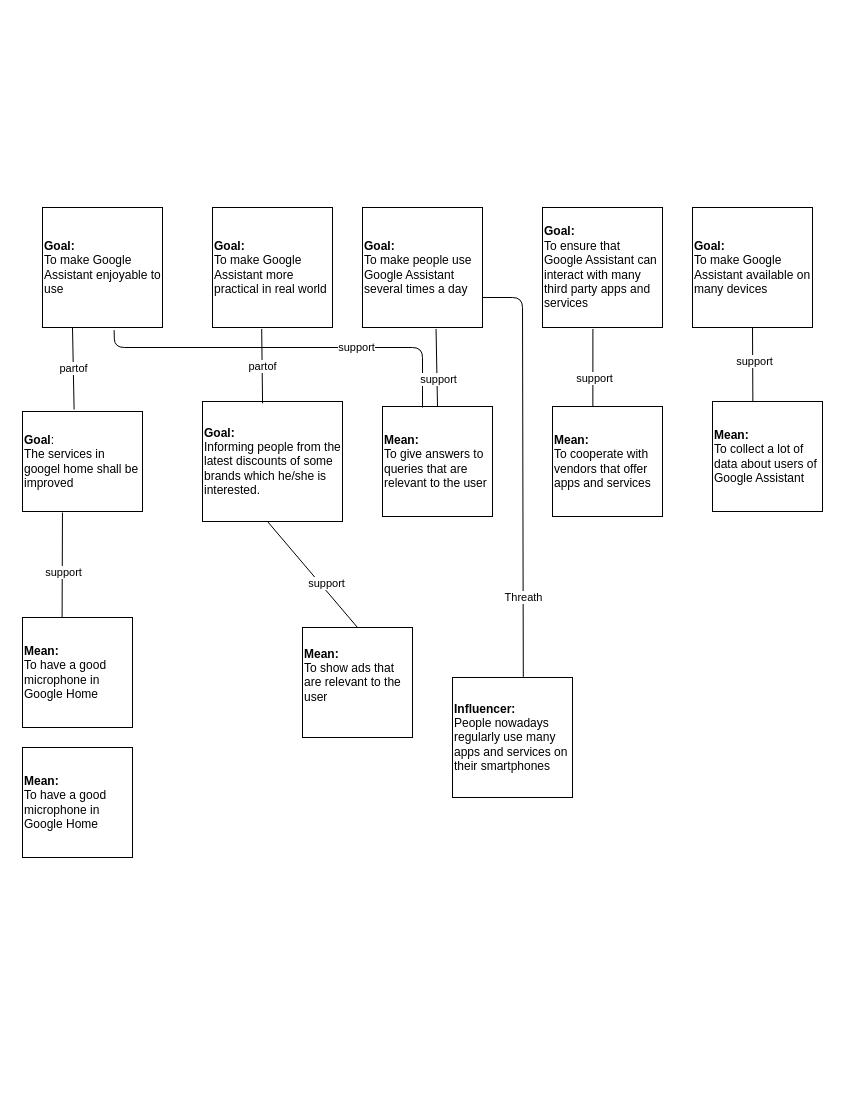
Earlier version of the draw.io diagram Untitled Diagram.drawio (fatemilg/ERP). Source tidied: cells renumbered, new cells numbered last; positions are measured from the earlier drawing's top-left corner, leaving out a move shared by most shapes. Both pictures are drawn from the tidied source at 100%, with x=0, y=0 at pixel (22, 207).
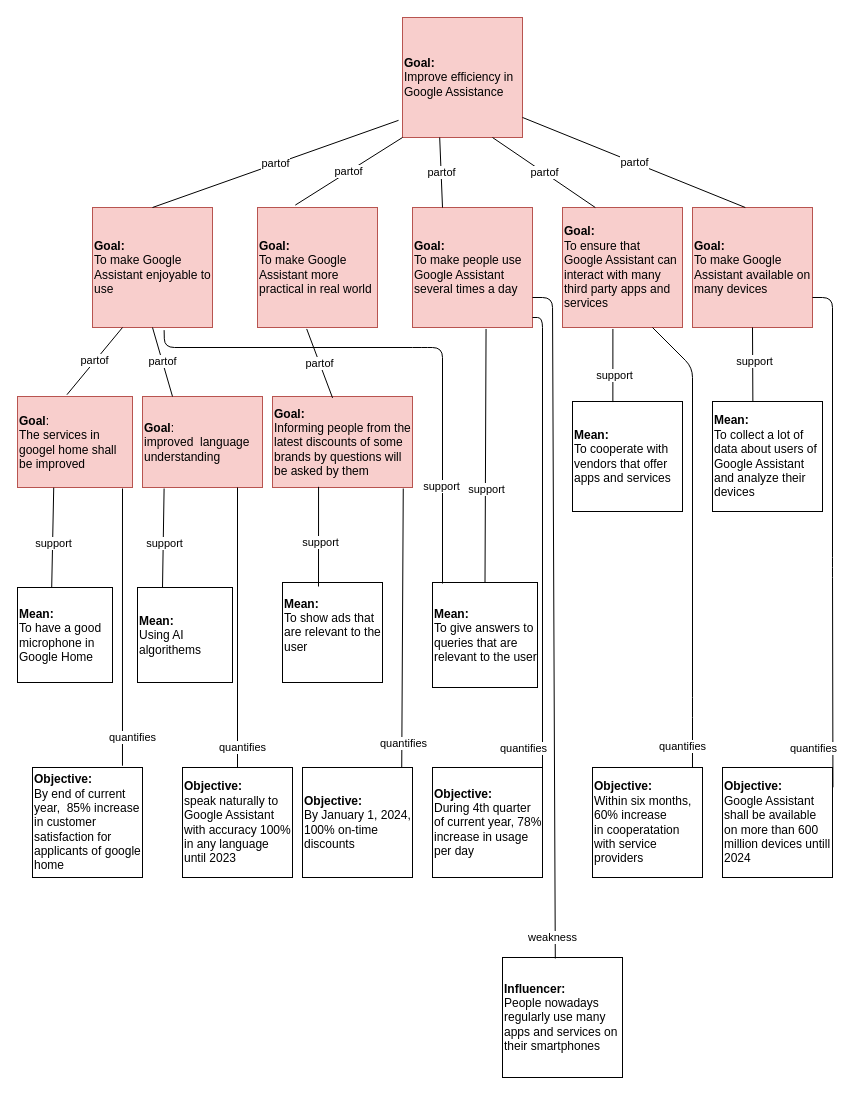
The same diagram, later.

The edit, as a diff of the source:
```diff
@@
-    <mxCell id="2" value="&lt;b&gt;Goal:&lt;/b&gt;&lt;br&gt;&lt;div&gt;Informing people from the latest discounts of some brands which he/she is interested.&lt;br&gt;&lt;/div&gt;" style="rounded=0;whiteSpace=wrap;html=1;align=left;" parent="1" vertex="1">
-      <mxGeometry x="180" y="194" width="140" height="120" as="geometry" />
+    <mxCell id="2" value="&lt;b&gt;Goal:&lt;/b&gt;&lt;br&gt;&lt;div&gt;Informing people from the latest discounts of some brands by questions will be asked by them&lt;br&gt;&lt;/div&gt;" style="rounded=0;whiteSpace=wrap;html=1;align=left;fillColor=#f8cecc;strokeColor=#b85450;" parent="1" vertex="1">
+      <mxGeometry x="250" y="189" width="140" height="91" as="geometry" />
     </mxCell>
     <mxCell id="3" value="&lt;b&gt;Mean:&lt;/b&gt;&lt;br&gt;&lt;div&gt;To show ads that are relevant to the user&lt;/div&gt;&lt;div&gt;&lt;br&gt;&lt;/div&gt;" style="whiteSpace=wrap;html=1;align=left;" parent="1" vertex="1">
-      <mxGeometry x="280" y="420" width="110" height="110" as="geometry" />
+      <mxGeometry x="260" y="375" width="100" height="100" as="geometry" />
     </mxCell>
-    <mxCell id="4" value="&lt;b&gt;Goal:&lt;/b&gt;&lt;br&gt;&lt;div&gt;To make people use Google Assistant several times a day&lt;br&gt;&lt;/div&gt;" style="whiteSpace=wrap;html=1;align=left;" parent="1" vertex="1">
-      <mxGeometry x="340" width="120" height="120" as="geometry" />
+    <mxCell id="4" value="&lt;b&gt;Goal:&lt;/b&gt;&lt;br&gt;&lt;div&gt;To make people use Google Assistant several times a day&lt;br&gt;&lt;/div&gt;" style="whiteSpace=wrap;html=1;align=left;fillColor=#f8cecc;strokeColor=#b85450;" parent="1" vertex="1">
+      <mxGeometry x="390" width="120" height="120" as="geometry" />
     </mxCell>
-    <mxCell id="5" value="&lt;b&gt;Goal:&lt;/b&gt;&lt;br&gt;To make Google Assistant available on many devices" style="whiteSpace=wrap;html=1;align=left;" parent="1" vertex="1">
+    <mxCell id="5" value="&lt;b&gt;Goal:&lt;/b&gt;&lt;br&gt;To make Google Assistant available on many devices" style="whiteSpace=wrap;html=1;align=left;fillColor=#f8cecc;strokeColor=#b85450;" parent="1" vertex="1">
       <mxGeometry x="670" width="120" height="120" as="geometry" />
     </mxCell>
-    <mxCell id="6" value="&lt;b&gt;Goal:&lt;/b&gt;&lt;br&gt;&lt;div&gt;To make Google Assistant enjoyable to use&lt;br&gt;&lt;/div&gt;" style="whiteSpace=wrap;html=1;align=left;" parent="1" vertex="1">
-      <mxGeometry x="20" width="120" height="120" as="geometry" />
+    <mxCell id="6" value="&lt;b&gt;Goal:&lt;/b&gt;&lt;br&gt;&lt;div&gt;To make Google Assistant enjoyable to use&lt;br&gt;&lt;/div&gt;" style="whiteSpace=wrap;html=1;align=left;fillColor=#f8cecc;strokeColor=#b85450;" parent="1" vertex="1">
+      <mxGeometry x="70" width="120" height="120" as="geometry" />
     </mxCell>
-    <mxCell id="7" value="&lt;b&gt;Goal:&lt;/b&gt;&lt;br&gt;&lt;div&gt;To make Google Assistant more practical in real world&lt;br&gt;&lt;/div&gt;" style="whiteSpace=wrap;html=1;align=left;" parent="1" vertex="1">
-      <mxGeometry x="190" width="120" height="120" as="geometry" />
+    <mxCell id="7" value="&lt;b&gt;Goal:&lt;/b&gt;&lt;br&gt;&lt;div&gt;To make Google Assistant more practical in real world&lt;br&gt;&lt;/div&gt;" style="whiteSpace=wrap;html=1;align=left;fillColor=#f8cecc;strokeColor=#b85450;" parent="1" vertex="1">
+      <mxGeometry x="235" width="120" height="120" as="geometry" />
     </mxCell>
-    <mxCell id="8" value="&lt;div&gt;&lt;b&gt;Goal&lt;/b&gt;:&lt;/div&gt;The services in googel home shall be improved" style="rounded=0;whiteSpace=wrap;html=1;align=left;" parent="1" vertex="1">
-      <mxGeometry y="204" width="120" height="100" as="geometry" />
+    <mxCell id="8" value="&lt;div&gt;&lt;b&gt;Goal&lt;/b&gt;:&lt;/div&gt;The services in googel home shall be improved" style="rounded=0;whiteSpace=wrap;html=1;align=left;fillColor=#f8cecc;strokeColor=#b85450;" parent="1" vertex="1">
+      <mxGeometry x="-5" y="189" width="115" height="91" as="geometry" />
     </mxCell>
     <mxCell id="9" value="&lt;b&gt;Mean:&lt;/b&gt;&lt;br&gt;To have a good microphone in Google Home" style="whiteSpace=wrap;html=1;align=left;" parent="1" vertex="1">
-      <mxGeometry y="410" width="110" height="110" as="geometry" />
+      <mxGeometry x="-5" y="380" width="95" height="95" as="geometry" />
     </mxCell>
     <mxCell id="10" value="&lt;b&gt;Mean:&lt;/b&gt;&lt;br&gt;To cooperate with vendors that offer apps and services" style="whiteSpace=wrap;html=1;align=left;" parent="1" vertex="1">
-      <mxGeometry x="530" y="199" width="110" height="110" as="geometry" />
+      <mxGeometry x="550" y="194" width="110" height="110" as="geometry" />
     </mxCell>
     <mxCell id="11" value="&lt;b&gt;Mean:&lt;/b&gt;&lt;br&gt;To give answers to queries that are relevant to the user" style="whiteSpace=wrap;html=1;align=left;" parent="1" vertex="1">
-      <mxGeometry x="360" y="199" width="110" height="110" as="geometry" />
+      <mxGeometry x="410" y="375" width="105" height="105" as="geometry" />
     </mxCell>
-    <mxCell id="12" value="&lt;b&gt;Mean:&lt;/b&gt;&lt;br&gt;To collect a lot of data about users of Google Assistant" style="whiteSpace=wrap;html=1;align=left;" parent="1" vertex="1">
+    <mxCell id="12" value="&lt;b&gt;Mean:&lt;/b&gt;&lt;br&gt;To collect a lot of data about users of Google Assistant and analyze their devices" style="whiteSpace=wrap;html=1;align=left;" parent="1" vertex="1">
       <mxGeometry x="690" y="194" width="110" height="110" as="geometry" />
     </mxCell>
-    <mxCell id="13" value="&lt;b&gt;Goal:&lt;br&gt;&lt;/b&gt;&lt;span&gt;To ensure that Google Assistant can interact with many third party apps and services&lt;/span&gt;&lt;b&gt;&lt;br&gt;&lt;/b&gt;" style="whiteSpace=wrap;html=1;align=left;" parent="1" vertex="1">
-      <mxGeometry x="520" width="120" height="120" as="geometry" />
+    <mxCell id="13" value="&lt;b&gt;Goal:&lt;br&gt;&lt;/b&gt;&lt;span&gt;To ensure that Google Assistant can interact with many third party apps and services&lt;/span&gt;&lt;b&gt;&lt;br&gt;&lt;/b&gt;" style="whiteSpace=wrap;html=1;align=left;fillColor=#f8cecc;strokeColor=#b85450;" parent="1" vertex="1">
+      <mxGeometry x="540" width="120" height="120" as="geometry" />
     </mxCell>
     <mxCell id="14" value="&lt;b&gt;Influencer:&lt;br&gt;&lt;/b&gt;&lt;span&gt;People nowadays regularly use many apps and services on their smartphones&lt;/span&gt;&lt;b&gt;&lt;br&gt;&lt;/b&gt;" style="whiteSpace=wrap;html=1;align=left;" parent="1" vertex="1">
-      <mxGeometry x="430" y="470" width="120" height="120" as="geometry" />
+      <mxGeometry x="480" y="750" width="120" height="120" as="geometry" />
     </mxCell>
-    <mxCell id="15" style="endArrow=none;html=1;entryX=1;entryY=0.75;entryDx=0;entryDy=0;exitX=0.59;exitY=-0.005;exitDx=0;exitDy=0;exitPerimeter=0;" parent="1" edge="1" source="14" target="4">
+    <mxCell id="15" style="endArrow=none;html=1;entryX=1;entryY=0.75;entryDx=0;entryDy=0;exitX=0.44;exitY=0.008;exitDx=0;exitDy=0;exitPerimeter=0;" parent="1" edge="1" source="14" target="4">
       <mxGeometry relative="1" as="geometry">
         <Array as="points">
-          <mxPoint x="500" y="90" />
+          <mxPoint x="530" y="90" />
+          <mxPoint x="510" y="90" />
         </Array>
       </mxGeometry>
     </mxCell>
-    <mxCell id="16" value="Threath" style="edgeLabel;html=1;align=center;verticalAlign=middle;" parent="15" vertex="1">
-      <mxGeometry x="-0.62" relative="1" as="geometry" />
-    </mxCell>
+    <mxCell id="32" value="weakness&lt;br&gt;" style="edgeLabel;html=1;align=center;verticalAlign=middle;" parent="15" vertex="1">
+      <mxGeometry x="-0.87" y="-2" relative="1" as="geometry">
+        <mxPoint x="-5" y="23" as="offset" />
+      </mxGeometry>
+    </mxCell>
     <mxCell id="17" style="endArrow=none;html=1;entryX=0.597;entryY=1.022;entryDx=0;entryDy=0;entryPerimeter=0;" parent="1" edge="1" target="6">
       <mxGeometry relative="1" as="geometry">
-        <mxPoint x="400" y="200" as="sourcePoint" />
+        <mxPoint x="420" y="376" as="sourcePoint" />
         <Array as="points">
+          <mxPoint x="420" y="140" />
           <mxPoint x="400" y="140" />
-          <mxPoint x="92" y="140" />
+          <mxPoint x="142" y="140" />
         </Array>
       </mxGeometry>
     </mxCell>
     <mxCell id="18" value="support" style="edgeLabel;html=1;align=center;verticalAlign=middle;" parent="17" vertex="1">
       <mxGeometry x="-0.63" y="-1" relative="1" as="geometry">
-        <mxPoint x="-56" as="offset" />
+        <mxPoint x="-3" as="offset" />
       </mxGeometry>
     </mxCell>
@@
-    <mxCell id="25" style="endArrow=none;html=1;exitX=0.5;exitY=0;exitDx=0;exitDy=0;" parent="1" edge="1" source="3">
+    <mxCell id="25" style="endArrow=none;html=1;entryX=0.329;entryY=0.993;entryDx=0;entryDy=0;entryPerimeter=0;" parent="1" edge="1" target="2">
       <mxGeometry relative="1" as="geometry">
-        <mxPoint x="245" y="314" as="targetPoint" />
+        <mxPoint x="296" y="379" as="sourcePoint" />
       </mxGeometry>
     </mxCell>
@@
-    <mxCell id="29" style="endArrow=none;html=1;entryX=0.333;entryY=1.01;entryDx=0;entryDy=0;entryPerimeter=0;exitX=0.36;exitY=0.002;exitDx=0;exitDy=0;exitPerimeter=0;" parent="1" edge="1" source="9" target="8">
+    <mxCell id="29" style="endArrow=none;html=1;exitX=0.36;exitY=0.002;exitDx=0;exitDy=0;exitPerimeter=0;entryX=0.315;entryY=1.002;entryDx=0;entryDy=0;entryPerimeter=0;" parent="1" edge="1" source="9" target="8">
       <mxGeometry relative="1" as="geometry" />
     </mxCell>
@@
-    <mxCell id="31" value="&lt;b&gt;Mean:&lt;/b&gt;&lt;br&gt;To have a good microphone in Google Home" style="whiteSpace=wrap;html=1;align=left;" parent="1" vertex="1">
-      <mxGeometry y="540" width="110" height="110" as="geometry" />
-    </mxCell>
+    <mxCell id="33" value="&lt;b&gt;Objective:&lt;/b&gt;&lt;br&gt;Google Assistant shall be available on more than 600 million devices untill 2024" style="whiteSpace=wrap;html=1;align=left;" parent="1" vertex="1">
+      <mxGeometry x="700" y="560" width="110" height="110" as="geometry" />
+    </mxCell>
+    <mxCell id="34" value="&lt;div&gt;&lt;b&gt;Goal&lt;/b&gt;:&lt;/div&gt;improved&amp;nbsp; language understanding" style="rounded=0;whiteSpace=wrap;html=1;align=left;fillColor=#f8cecc;strokeColor=#b85450;" parent="1" vertex="1">
+      <mxGeometry x="120" y="189" width="120" height="91" as="geometry" />
+    </mxCell>
+    <mxCell id="35" value="&lt;b&gt;Objective:&lt;/b&gt;&lt;br&gt;speak naturally to Google Assistant with accuracy 100% in any language until 2023" style="whiteSpace=wrap;html=1;align=left;" parent="1" vertex="1">
+      <mxGeometry x="160" y="560" width="110" height="110" as="geometry" />
+    </mxCell>
+    <mxCell id="36" style="endArrow=none;html=1;entryX=1;entryY=0.75;entryDx=0;entryDy=0;exitX=1.004;exitY=0.18;exitDx=0;exitDy=0;exitPerimeter=0;" parent="1" edge="1" source="33" target="5">
+      <mxGeometry relative="1" as="geometry">
+        <Array as="points">
+          <mxPoint x="810" y="360" />
+          <mxPoint x="810" y="90" />
+        </Array>
+      </mxGeometry>
+    </mxCell>
+    <mxCell id="37" value="quantifies" style="edgeLabel;html=1;align=center;verticalAlign=middle;" parent="36" vertex="1">
+      <mxGeometry x="0.44" y="1" relative="1" as="geometry">
+        <mxPoint x="-19" y="328" as="offset" />
+      </mxGeometry>
+    </mxCell>
+    <mxCell id="38" value="quantifies" style="endArrow=none;html=1;exitX=0.5;exitY=0;exitDx=0;exitDy=0;" parent="1" edge="1" source="35">
+      <mxGeometry x="-0.86" y="-5" relative="1" as="geometry">
+        <mxPoint x="215" y="280" as="targetPoint" />
+      </mxGeometry>
+    </mxCell>
+    <mxCell id="39" value="partof" style="endArrow=none;html=1;entryX=0.5;entryY=1;entryDx=0;entryDy=0;exitX=0.25;exitY=0;exitDx=0;exitDy=0;" parent="1" edge="1" source="34" target="6">
+      <mxGeometry relative="1" as="geometry" />
+    </mxCell>
+    <mxCell id="40" value="&lt;b&gt;Mean:&lt;/b&gt;&lt;br&gt;Using AI algorithems" style="whiteSpace=wrap;html=1;align=left;" parent="1" vertex="1">
+      <mxGeometry x="115" y="380" width="95" height="95" as="geometry" />
+    </mxCell>
+    <mxCell id="41" style="endArrow=none;html=1;entryX=0.18;entryY=1.011;entryDx=0;entryDy=0;entryPerimeter=0;" parent="1" edge="1" target="34">
+      <mxGeometry relative="1" as="geometry">
+        <mxPoint x="140" y="380" as="sourcePoint" />
+      </mxGeometry>
+    </mxCell>
+    <mxCell id="42" value="support" style="edgeLabel;html=1;align=center;verticalAlign=middle;" parent="41" vertex="1">
+      <mxGeometry x="-0.27" y="4" relative="1" as="geometry">
+        <mxPoint x="5" y="-8" as="offset" />
+      </mxGeometry>
+    </mxCell>
+    <mxCell id="43" value="&lt;b&gt;Objective:&lt;/b&gt;&lt;br&gt;By end of current year,&amp;nbsp; 85% increase in customer satisfaction for applicants of google home" style="whiteSpace=wrap;html=1;align=left;" parent="1" vertex="1">
+      <mxGeometry x="10" y="560" width="110" height="110" as="geometry" />
+    </mxCell>
+    <mxCell id="44" value="quantifies" style="endArrow=none;html=1;exitX=0.818;exitY=-0.016;exitDx=0;exitDy=0;exitPerimeter=0;" parent="1" edge="1" source="43">
+      <mxGeometry x="-0.8" y="-10" relative="1" as="geometry">
+        <mxPoint x="100" y="281" as="targetPoint" />
+      </mxGeometry>
+    </mxCell>
+    <mxCell id="45" value="&lt;b&gt;Objective:&lt;/b&gt;&lt;br&gt;&lt;div&gt;During 4th quarter of current year, 78% increase in usage per day&lt;br&gt;&lt;/div&gt;" style="whiteSpace=wrap;html=1;align=left;" parent="1" vertex="1">
+      <mxGeometry x="410" y="560" width="110" height="110" as="geometry" />
+    </mxCell>
+    <mxCell id="46" style="edgeStyle=orthogonalEdgeStyle;rounded=0;orthogonalLoop=1;jettySize=auto;html=1;exitX=0.5;exitY=1;exitDx=0;exitDy=0;" parent="1" edge="1" source="3" target="3">
+      <mxGeometry relative="1" as="geometry" />
+    </mxCell>
+    <mxCell id="47" style="endArrow=none;html=1;exitX=1;exitY=0.091;exitDx=0;exitDy=0;exitPerimeter=0;" parent="1" edge="1" source="45">
+      <mxGeometry relative="1" as="geometry">
+        <mxPoint x="510" y="110" as="targetPoint" />
+        <Array as="points">
+          <mxPoint x="520" y="110" />
+        </Array>
+      </mxGeometry>
+    </mxCell>
+    <mxCell id="48" value="quantifies" style="edgeLabel;html=1;align=center;verticalAlign=middle;" parent="47" vertex="1">
+      <mxGeometry x="-0.91" relative="1" as="geometry">
+        <mxPoint x="-20" y="-9" as="offset" />
+      </mxGeometry>
+    </mxCell>
+    <mxCell id="49" value="&lt;b&gt;Objective:&lt;/b&gt;&lt;br&gt;Within six months, 60% increase in&amp;nbsp;cooperatation with service providers" style="whiteSpace=wrap;html=1;align=left;" parent="1" vertex="1">
+      <mxGeometry x="570" y="560" width="110" height="110" as="geometry" />
+    </mxCell>
+    <mxCell id="50" value="quantifies" style="endArrow=none;html=1;exitX=0.909;exitY=0;exitDx=0;exitDy=0;exitPerimeter=0;entryX=0.75;entryY=1;entryDx=0;entryDy=0;" parent="1" edge="1" source="49" target="13">
+      <mxGeometry x="-0.91" y="10" relative="1" as="geometry">
+        <Array as="points">
+          <mxPoint x="670" y="500" />
+          <mxPoint x="670" y="160" />
+        </Array>
+      </mxGeometry>
+    </mxCell>
+    <mxCell id="51" value="&lt;b&gt;Objective:&lt;/b&gt;&lt;br&gt;By January 1, 2024, 100% on-time discounts" style="whiteSpace=wrap;html=1;align=left;" parent="1" vertex="1">
+      <mxGeometry x="280" y="560" width="110" height="110" as="geometry" />
+    </mxCell>
+    <mxCell id="52" style="endArrow=none;html=1;entryX=0.934;entryY=1.011;entryDx=0;entryDy=0;entryPerimeter=0;exitX=0.902;exitY=0.002;exitDx=0;exitDy=0;exitPerimeter=0;" parent="1" edge="1" source="51" target="2">
+      <mxGeometry relative="1" as="geometry" />
+    </mxCell>
+    <mxCell id="53" value="quantifies" style="edgeLabel;html=1;align=center;verticalAlign=middle;" parent="52" vertex="1">
+      <mxGeometry x="-0.82" y="-1" relative="1" as="geometry" />
+    </mxCell>
+    <mxCell id="54" value="&lt;b&gt;Goal:&lt;/b&gt;&lt;br&gt;&lt;div&gt;Improve efficiency in Google Assistance&lt;br&gt;&lt;/div&gt;" style="whiteSpace=wrap;html=1;align=left;fillColor=#f8cecc;strokeColor=#b85450;" parent="1" vertex="1">
+      <mxGeometry x="380" y="-190" width="120" height="120" as="geometry" />
+    </mxCell>
+    <mxCell id="55" value="partof" style="endArrow=none;html=1;entryX=-0.033;entryY=0.857;entryDx=0;entryDy=0;exitX=0.5;exitY=0;exitDx=0;exitDy=0;entryPerimeter=0;" parent="1" edge="1" source="6" target="54">
+      <mxGeometry relative="1" as="geometry" />
+    </mxCell>
+    <mxCell id="56" value="partof" style="endArrow=none;html=1;entryX=0;entryY=1;entryDx=0;entryDy=0;exitX=0.315;exitY=-0.02;exitDx=0;exitDy=0;exitPerimeter=0;" parent="1" edge="1" source="7" target="54">
+      <mxGeometry relative="1" as="geometry" />
+    </mxCell>
+    <mxCell id="57" value="partof" style="endArrow=none;html=1;entryX=0;entryY=1;entryDx=0;entryDy=0;exitX=0.25;exitY=0;exitDx=0;exitDy=0;" parent="1" edge="1" source="4">
+      <mxGeometry relative="1" as="geometry">
+        <mxPoint x="417.2" y="-70" as="targetPoint" />
+      </mxGeometry>
+    </mxCell>
+    <mxCell id="58" value="partof" style="endArrow=none;html=1;entryX=0.75;entryY=1;entryDx=0;entryDy=0;exitX=0.25;exitY=0;exitDx=0;exitDy=0;" parent="1" edge="1" target="54">
+      <mxGeometry relative="1" as="geometry">
+        <mxPoint x="572.8" as="sourcePoint" />
+      </mxGeometry>
+    </mxCell>
+    <mxCell id="59" value="partof" style="endArrow=none;html=1;entryX=1;entryY=0.833;entryDx=0;entryDy=0;exitX=0.25;exitY=0;exitDx=0;exitDy=0;entryPerimeter=0;" parent="1" edge="1" target="54">
+      <mxGeometry relative="1" as="geometry">
+        <mxPoint x="722.8" as="sourcePoint" />
+      </mxGeometry>
+    </mxCell>
```
